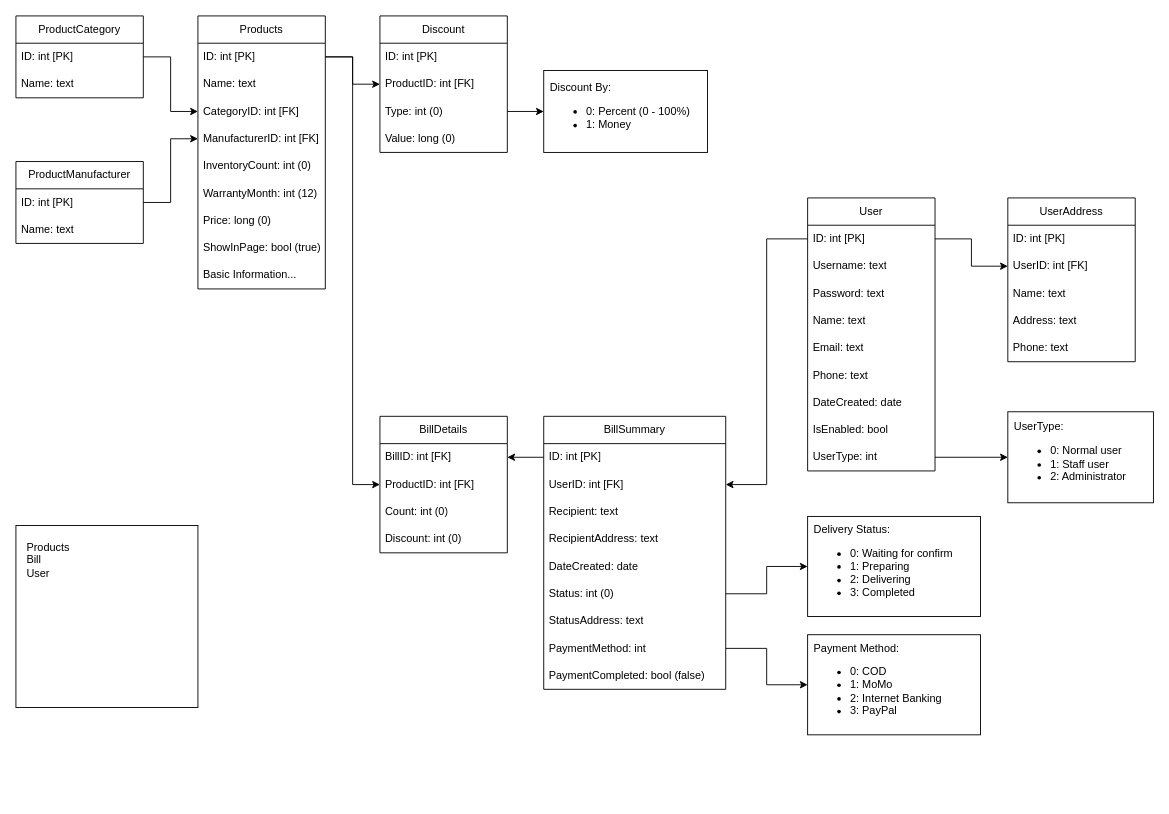
This is docs/PhoneStoreManager.drawio from ZoeMeow1027/capstone-project, a draw.io file, before an edit. Source tidied: cells renumbered, new cells numbered last; positions are measured from the earlier drawing's top-left corner, leaving out a move shared by most shapes. Both pictures are drawn from the tidied source at 91%, with x=0, y=0 at pixel (15, 15).
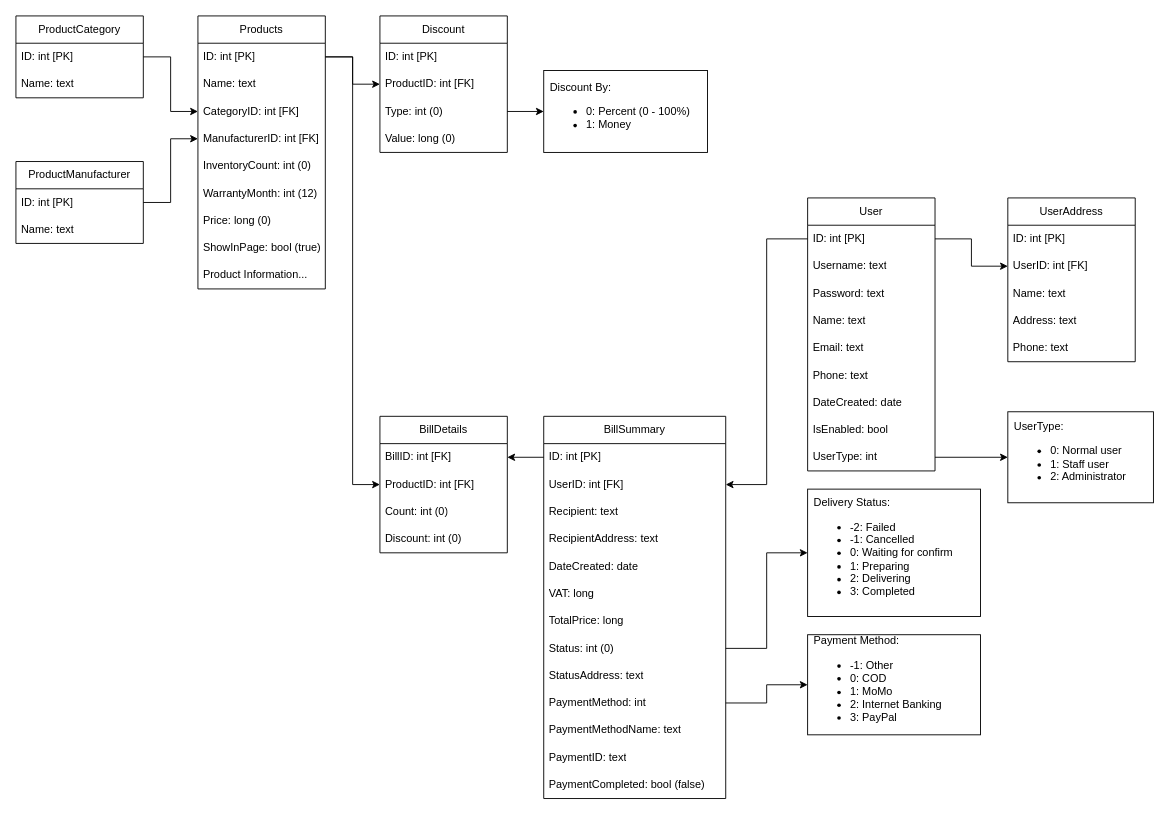
After the change.

Unchanged cells that the change refers to:
```xml
<mxCell id="2" value="Products" style="swimlane;fontStyle=0;horizontal=1;startSize=30;whiteSpace=wrap;html=1;" parent="1" vertex="1">
  <mxGeometry x="200" width="140" height="300" as="geometry" />
</mxCell>
```

What changed in the source:
```diff
@@
-    <mxCell id="11" value="Basic Information..." style="text;strokeColor=none;fillColor=none;align=left;verticalAlign=middle;spacingLeft=4;spacingRight=4;overflow=hidden;whiteSpace=wrap;html=1;" parent="2" vertex="1">
+    <mxCell id="11" value="Product Information..." style="text;strokeColor=none;fillColor=none;align=left;verticalAlign=middle;spacingLeft=4;spacingRight=4;overflow=hidden;whiteSpace=wrap;html=1;" parent="2" vertex="1">
       <mxGeometry y="270" width="140" height="30" as="geometry" />
     </mxCell>
@@
     <mxCell id="32" value="BillSummary" style="swimlane;fontStyle=0;horizontal=1;startSize=30;whiteSpace=wrap;html=1;" parent="1" vertex="1">
-      <mxGeometry x="580" y="440" width="200" height="300" as="geometry" />
+      <mxGeometry x="580" y="440" width="200" height="420" as="geometry" />
     </mxCell>
@@
+    <mxCell id="70" value="&lt;span lang=&quot;vi&quot; class=&quot;ILfuVd&quot;&gt;&lt;/span&gt;VAT: long" style="text;strokeColor=none;fillColor=none;align=left;verticalAlign=middle;spacingLeft=4;spacingRight=4;overflow=hidden;whiteSpace=wrap;html=1;" parent="32" vertex="1">
+      <mxGeometry y="180" width="200" height="30" as="geometry" />
+    </mxCell>
+    <mxCell id="71" value="&lt;span lang=&quot;vi&quot; class=&quot;ILfuVd&quot;&gt;&lt;/span&gt;TotalPrice: long" style="text;strokeColor=none;fillColor=none;align=left;verticalAlign=middle;spacingLeft=4;spacingRight=4;overflow=hidden;whiteSpace=wrap;html=1;" parent="32" vertex="1">
+      <mxGeometry y="210" width="200" height="30" as="geometry" />
+    </mxCell>
     <mxCell id="38" value="Status: int (0)" style="text;strokeColor=none;fillColor=none;align=left;verticalAlign=middle;spacingLeft=4;spacingRight=4;overflow=hidden;points=[[0,0.5],[1,0.5]];portConstraint=eastwest;whiteSpace=wrap;html=1;" parent="32" vertex="1">
-      <mxGeometry y="180" width="200" height="30" as="geometry" />
+      <mxGeometry y="240" width="200" height="30" as="geometry" />
     </mxCell>
     <mxCell id="39" value="StatusAddress: text" style="text;strokeColor=none;fillColor=none;align=left;verticalAlign=middle;spacingLeft=4;spacingRight=4;overflow=hidden;whiteSpace=wrap;html=1;" parent="32" vertex="1">
-      <mxGeometry y="210" width="200" height="30" as="geometry" />
+      <mxGeometry y="270" width="200" height="30" as="geometry" />
     </mxCell>
     <mxCell id="40" value="PaymentMethod: int" style="text;strokeColor=none;fillColor=none;align=left;verticalAlign=middle;spacingLeft=4;spacingRight=4;overflow=hidden;points=[[0,0.5],[1,0.5]];portConstraint=eastwest;whiteSpace=wrap;html=1;" parent="32" vertex="1">
-      <mxGeometry y="240" width="200" height="30" as="geometry" />
+      <mxGeometry y="300" width="200" height="30" as="geometry" />
     </mxCell>
+    <mxCell id="72" value="PaymentMethodName: text" style="text;strokeColor=none;fillColor=none;align=left;verticalAlign=middle;spacingLeft=4;spacingRight=4;overflow=hidden;whiteSpace=wrap;html=1;" parent="32" vertex="1">
+      <mxGeometry y="330" width="200" height="30" as="geometry" />
+    </mxCell>
+    <mxCell id="73" value="PaymentID: text" style="text;strokeColor=none;fillColor=none;align=left;verticalAlign=middle;spacingLeft=4;spacingRight=4;overflow=hidden;whiteSpace=wrap;html=1;" parent="32" vertex="1">
+      <mxGeometry y="360" width="200" height="30" as="geometry" />
+    </mxCell>
     <mxCell id="41" value="PaymentCompleted: bool (false)" style="text;strokeColor=none;fillColor=none;align=left;verticalAlign=middle;spacingLeft=4;spacingRight=4;overflow=hidden;whiteSpace=wrap;html=1;" parent="32" vertex="1">
-      <mxGeometry y="270" width="200" height="30" as="geometry" />
+      <mxGeometry y="390" width="200" height="30" as="geometry" />
     </mxCell>
@@
-    <mxCell id="56" value="Delivery Status:&lt;br&gt;&lt;ul&gt;&lt;li&gt;0: Waiting for confirm&lt;/li&gt;&lt;li&gt;1: Preparing&lt;/li&gt;&lt;li&gt;2: Delivering&lt;/li&gt;&lt;li&gt;3: Completed&lt;/li&gt;&lt;/ul&gt;" style="rounded=0;whiteSpace=wrap;html=1;align=left;spacingTop=5;spacingBottom=6;spacingLeft=5;spacingRight=5;" parent="1" vertex="1">
-      <mxGeometry x="870" y="550" width="190" height="110" as="geometry" />
+    <mxCell id="56" value="Delivery Status:&lt;br&gt;&lt;ul&gt;&lt;li&gt;-2: Failed&lt;/li&gt;&lt;li&gt;-1: Cancelled&lt;/li&gt;&lt;li&gt;0: Waiting for confirm&lt;/li&gt;&lt;li&gt;1: Preparing&lt;/li&gt;&lt;li&gt;2: Delivering&lt;/li&gt;&lt;li&gt;3: Completed&lt;/li&gt;&lt;/ul&gt;" style="rounded=0;whiteSpace=wrap;html=1;align=left;spacingTop=5;spacingBottom=6;spacingLeft=5;spacingRight=5;" parent="1" vertex="1">
+      <mxGeometry x="870" y="520" width="190" height="140" as="geometry" />
     </mxCell>
@@
-    <mxCell id="65" value="Payment Method:&lt;br&gt;&lt;ul&gt;&lt;li&gt;0: COD&lt;/li&gt;&lt;li&gt;1: MoMo&lt;/li&gt;&lt;li&gt;2: Internet Banking&lt;/li&gt;&lt;li&gt;3: PayPal&lt;/li&gt;&lt;/ul&gt;" style="rounded=0;whiteSpace=wrap;html=1;align=left;spacingTop=5;spacingBottom=6;spacingLeft=5;spacingRight=5;" parent="1" vertex="1">
+    <mxCell id="65" value="Payment Method:&lt;br&gt;&lt;ul&gt;&lt;li&gt;-1: Other&lt;/li&gt;&lt;li&gt;0: COD&lt;/li&gt;&lt;li&gt;1: MoMo&lt;/li&gt;&lt;li&gt;2: Internet Banking&lt;/li&gt;&lt;li&gt;3: PayPal&lt;/li&gt;&lt;/ul&gt;" style="rounded=0;whiteSpace=wrap;html=1;align=left;spacingTop=5;spacingBottom=6;spacingLeft=5;spacingRight=5;" parent="1" vertex="1">
       <mxGeometry x="870" y="680" width="190" height="110" as="geometry" />
     </mxCell>
@@
-    <mxCell id="69" value="Products&lt;br&gt;Bill&lt;br&gt;User&lt;br&gt;" style="rounded=0;whiteSpace=wrap;html=1;align=left;verticalAlign=top;spacingTop=10;spacingBottom=10;spacingLeft=10;spacingRight=10;" parent="1" vertex="1">
-      <mxGeometry y="560" width="200" height="200" as="geometry" />
-    </mxCell>
```
